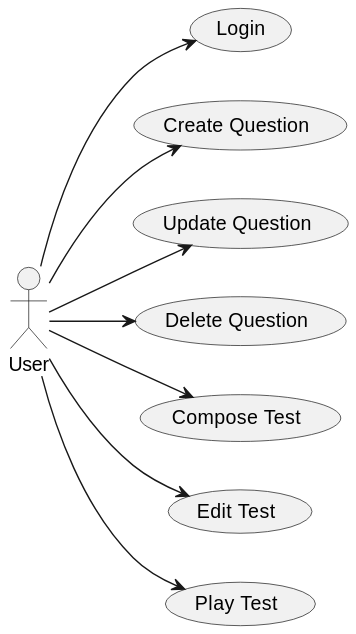
Earlier version of the PlantUML export out/doc/useCases_app/useCases_app.svg (Joselon/ProyectoOpoTest).
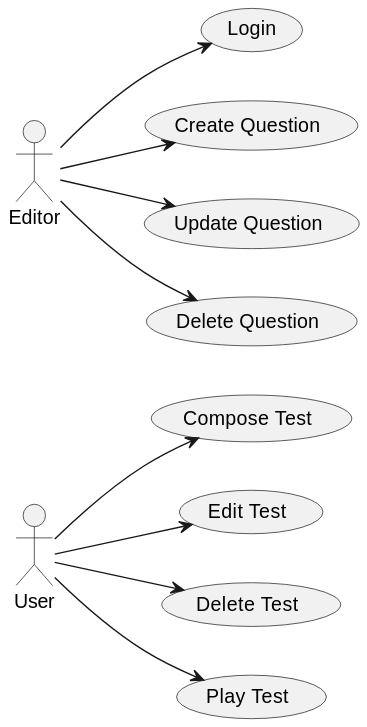
After the change.

Change to the diagram source:
```diff
@@ -1,6 +1,7 @@
 @startuml
 left to right direction
 actor User as u
+actor Editor as e
 usecase "Login" as login
 usecase "Create Question" as createQ
 usecase "Update Question" as updateQ
@@ -8,16 +9,20 @@
 
 usecase "Compose Test" as composeT
 usecase "Edit Test" as editT
+usecase "Delete Test" as deleteT
 usecase "Play Test" as playT
 
-u --> login
-u --> createQ
-u --> updateQ
-u --> deleteQ
+e --> login
+e --> createQ
+e --> updateQ
+e --> deleteQ
 
 u --> composeT
 u --> editT
+u --> deleteT
 u --> playT
 
 
+
+
 @enduml
```
